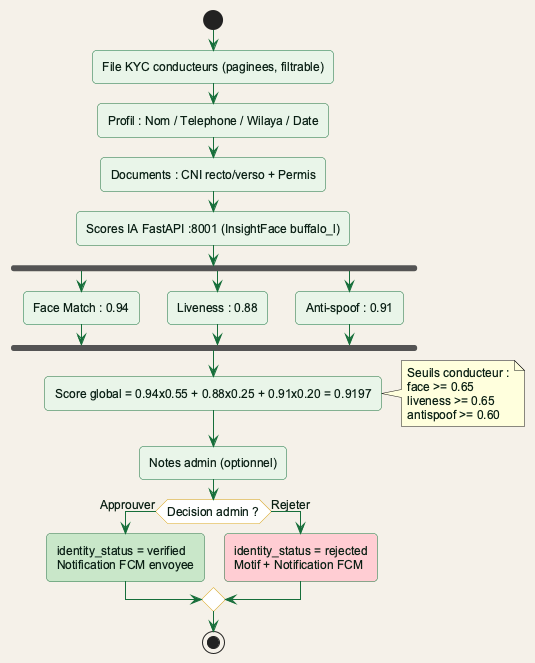
This is plantuml/output/fig3_8_kyc_review.png from Belhormamohamed13/Memiore_RohWinBghit, a PlantUML export, as it was before one commit.
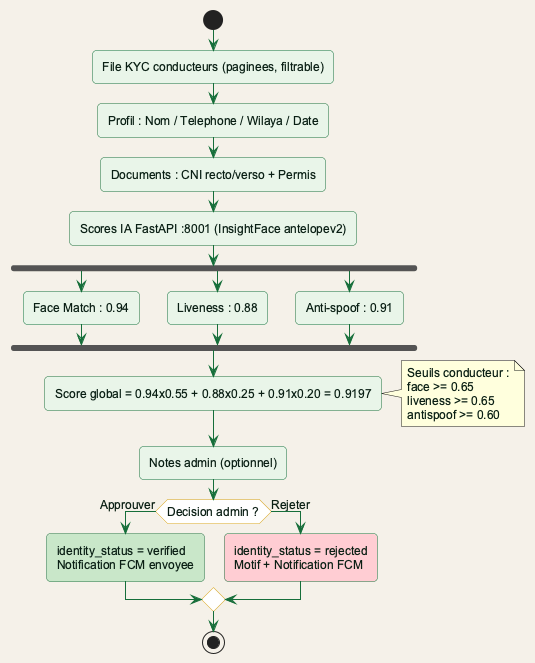
Later version of the same file.

Change to the diagram source:
```diff
@@ -5,7 +5,7 @@
 :File KYC conducteurs (paginees, filtrable);
 :Profil : Nom / Telephone / Wilaya / Date;
 :Documents : CNI recto/verso + Permis;
-:Scores IA FastAPI :8001 (InsightFace buffalo_l);
+:Scores IA FastAPI :8001 (InsightFace antelopev2);
 fork
     :Face Match : 0.94;
 fork again
```
